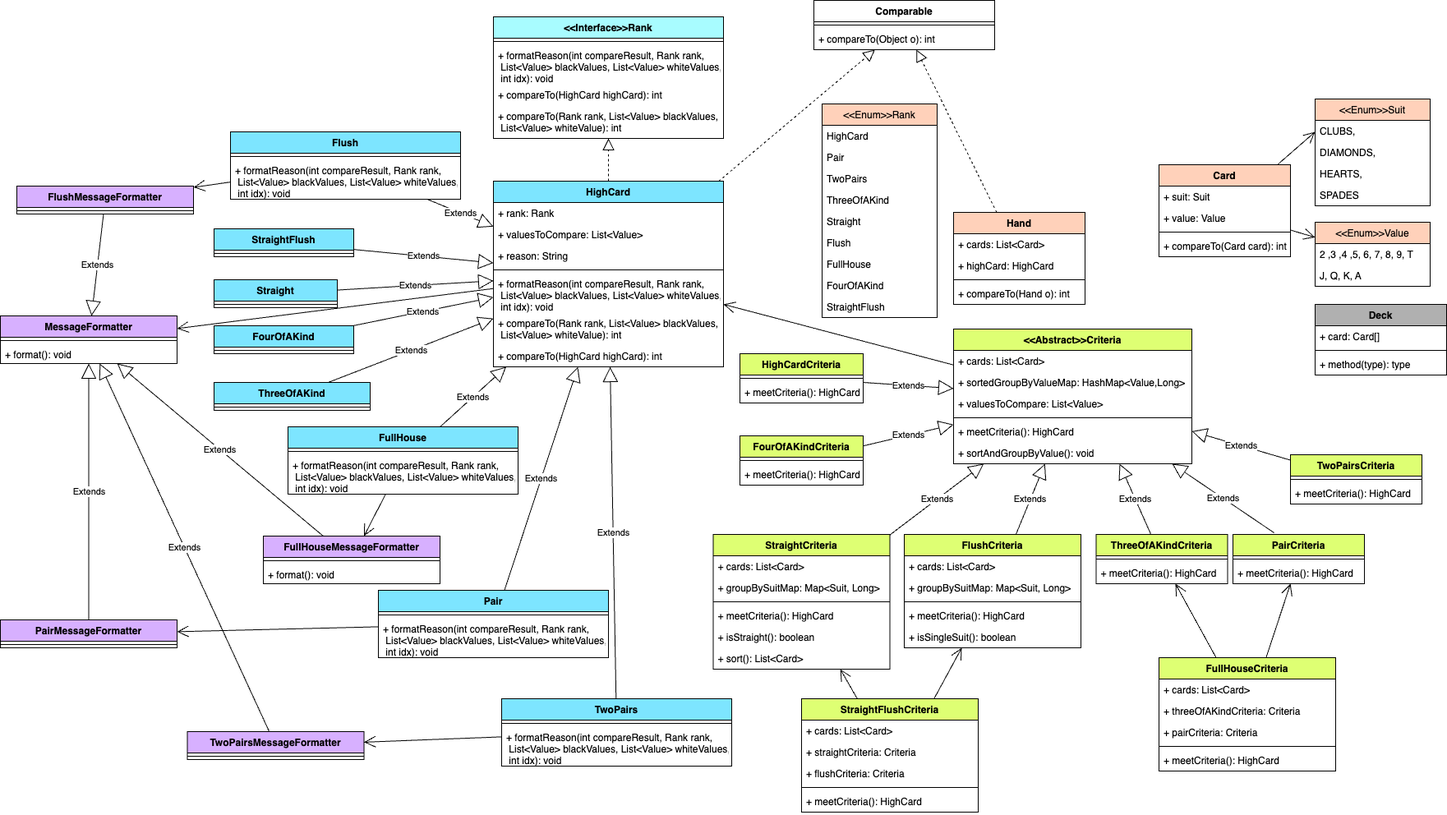
clairetsoi1129/poker-hands keeps this draw.io diagram as poker-hands-new.drawio.png. Above is the earlier version. Source tidied: cells renumbered, new cells last; positions are measured from the earlier drawing's top-left corner, leaving out a move shared by most shapes.
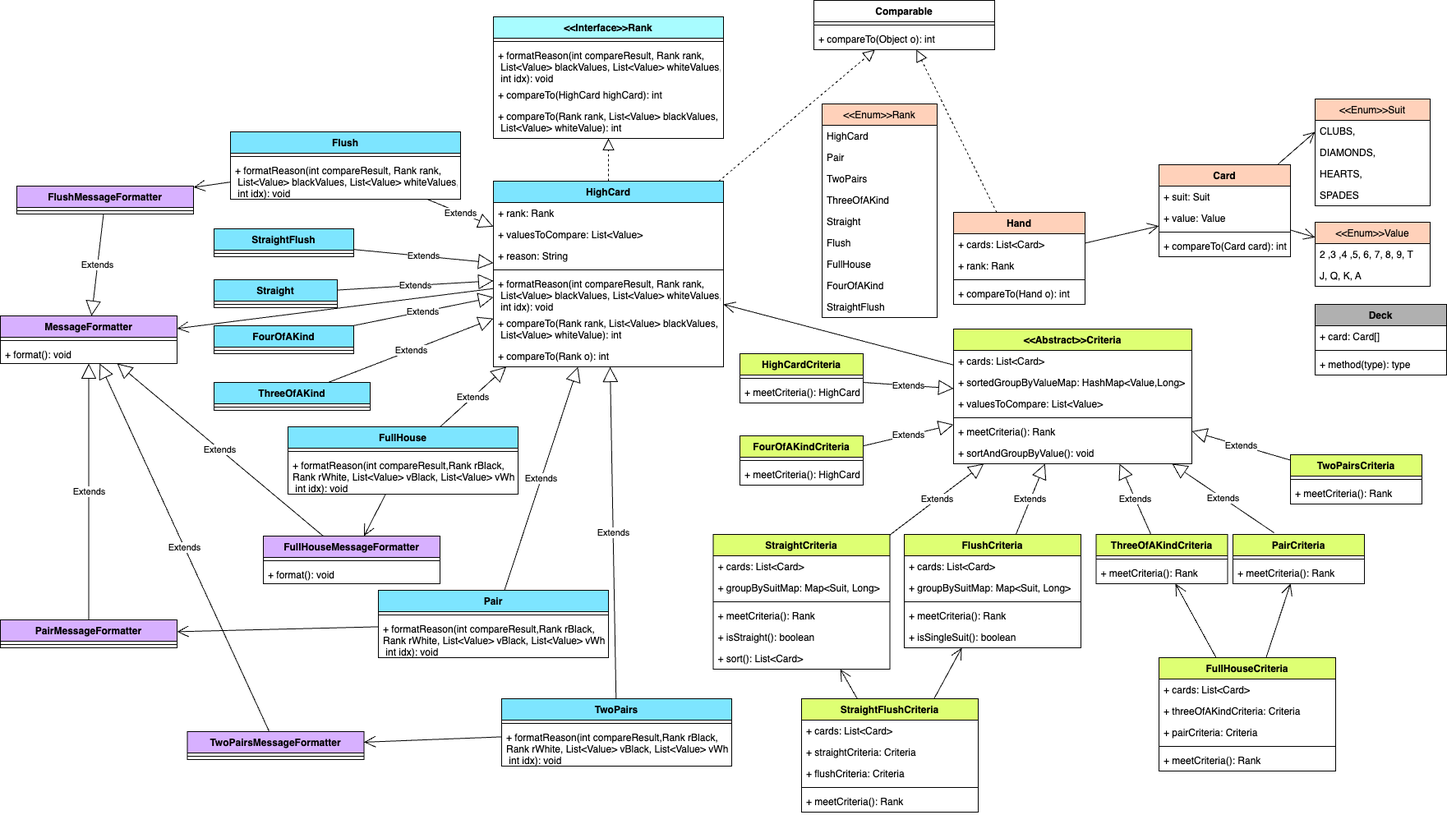
The same file after the commit.

Commit message:
Fix - update the UML diagram with the latest class name

Diff of the diagram source:
```diff
@@ -47,7 +47,7 @@
     <mxCell id="16" value="+ cards: List&lt;Card&gt;" style="text;strokeColor=none;fillColor=none;align=left;verticalAlign=top;spacingLeft=4;spacingRight=4;overflow=hidden;" parent="15" vertex="1">
       <mxGeometry y="26" width="160" height="26" as="geometry" />
     </mxCell>
-    <mxCell id="17" value="+ highCard: HighCard" style="text;strokeColor=none;fillColor=none;align=left;verticalAlign=top;spacingLeft=4;spacingRight=4;overflow=hidden;" parent="15" vertex="1">
+    <mxCell id="17" value="+ rank: Rank" style="text;strokeColor=none;fillColor=none;align=left;verticalAlign=top;spacingLeft=4;spacingRight=4;overflow=hidden;" parent="15" vertex="1">
       <mxGeometry y="52" width="160" height="26" as="geometry" />
     </mxCell>
     <mxCell id="18" style="line;strokeWidth=1;fillColor=none;align=left;verticalAlign=middle;spacingTop=-1;spacingLeft=3;spacingRight=3;labelPosition=right;strokeColor=inherit;" parent="15" vertex="1">
@@ -103,7 +103,7 @@
     <mxCell id="34" style="line;strokeWidth=1;fillColor=none;align=left;verticalAlign=middle;spacingTop=-1;spacingLeft=3;spacingRight=3;labelPosition=right;strokeColor=inherit;" parent="30" vertex="1">
       <mxGeometry y="104" width="290" height="8" as="geometry" />
     </mxCell>
-    <mxCell id="35" value="+ meetCriteria(): HighCard" style="text;strokeColor=none;fillColor=none;align=left;verticalAlign=top;spacingLeft=4;spacingRight=4;overflow=hidden;" parent="30" vertex="1">
+    <mxCell id="35" value="+ meetCriteria(): Rank" style="text;strokeColor=none;fillColor=none;align=left;verticalAlign=top;spacingLeft=4;spacingRight=4;overflow=hidden;" parent="30" vertex="1">
       <mxGeometry y="112" width="290" height="26" as="geometry" />
     </mxCell>
     <mxCell id="36" value="+ sortAndGroupByValue(): void" style="text;strokeColor=none;fillColor=none;align=left;verticalAlign=top;spacingLeft=4;spacingRight=4;overflow=hidden;" parent="30" vertex="1">
@@ -121,7 +121,7 @@
     <mxCell id="40" style="line;strokeWidth=1;fillColor=none;align=left;verticalAlign=middle;spacingTop=-1;spacingLeft=3;spacingRight=3;labelPosition=right;strokeColor=inherit;" parent="37" vertex="1">
       <mxGeometry y="78" width="215" height="8" as="geometry" />
     </mxCell>
-    <mxCell id="41" value="+ meetCriteria(): HighCard" style="text;strokeColor=none;fillColor=none;align=left;verticalAlign=top;spacingLeft=4;spacingRight=4;overflow=hidden;" parent="37" vertex="1">
+    <mxCell id="41" value="+ meetCriteria(): Rank" style="text;strokeColor=none;fillColor=none;align=left;verticalAlign=top;spacingLeft=4;spacingRight=4;overflow=hidden;" parent="37" vertex="1">
       <mxGeometry y="86" width="215" height="26" as="geometry" />
     </mxCell>
     <mxCell id="42" value="+ isSingleSuit(): boolean" style="text;strokeColor=none;fillColor=none;align=left;verticalAlign=top;spacingLeft=4;spacingRight=4;overflow=hidden;" parent="37" vertex="1">
@@ -142,7 +142,7 @@
     <mxCell id="47" style="line;strokeWidth=1;fillColor=none;align=left;verticalAlign=middle;spacingTop=-1;spacingLeft=3;spacingRight=3;labelPosition=right;strokeColor=inherit;" parent="46" vertex="1">
       <mxGeometry y="26" width="160" height="8" as="geometry" />
     </mxCell>
-    <mxCell id="48" value="+ meetCriteria(): HighCard" style="text;strokeColor=none;fillColor=none;align=left;verticalAlign=top;spacingLeft=4;spacingRight=4;overflow=hidden;" parent="46" vertex="1">
+    <mxCell id="48" value="+ meetCriteria(): Rank" style="text;strokeColor=none;fillColor=none;align=left;verticalAlign=top;spacingLeft=4;spacingRight=4;overflow=hidden;" parent="46" vertex="1">
       <mxGeometry y="34" width="160" height="26" as="geometry" />
     </mxCell>
     <mxCell id="49" value="Extends" style="endArrow=block;endSize=16;endFill=0;html=1;rounded=0;" parent="1" edge="1" source="37" target="30">
@@ -162,7 +162,7 @@
     <mxCell id="53" style="line;strokeWidth=1;fillColor=none;align=left;verticalAlign=middle;spacingTop=-1;spacingLeft=3;spacingRight=3;labelPosition=right;strokeColor=inherit;" parent="52" vertex="1">
       <mxGeometry y="26" width="160" height="8" as="geometry" />
     </mxCell>
-    <mxCell id="54" value="+ meetCriteria(): HighCard" style="text;strokeColor=none;fillColor=none;align=left;verticalAlign=top;spacingLeft=4;spacingRight=4;overflow=hidden;" parent="52" vertex="1">
+    <mxCell id="54" value="+ meetCriteria(): Rank" style="text;strokeColor=none;fillColor=none;align=left;verticalAlign=top;spacingLeft=4;spacingRight=4;overflow=hidden;" parent="52" vertex="1">
       <mxGeometry y="34" width="160" height="26" as="geometry" />
     </mxCell>
     <mxCell id="55" value="Extends" style="endArrow=block;endSize=16;endFill=0;html=1;rounded=0;exitX=0.313;exitY=-0.033;exitDx=0;exitDy=0;exitPerimeter=0;" parent="1" edge="1" source="52" target="30">
@@ -174,7 +174,7 @@
     <mxCell id="57" style="line;strokeWidth=1;fillColor=none;align=left;verticalAlign=middle;spacingTop=-1;spacingLeft=3;spacingRight=3;labelPosition=right;strokeColor=inherit;" parent="56" vertex="1">
       <mxGeometry y="26" width="160" height="8" as="geometry" />
     </mxCell>
-    <mxCell id="58" value="+ meetCriteria(): HighCard" style="text;strokeColor=none;fillColor=none;align=left;verticalAlign=top;spacingLeft=4;spacingRight=4;overflow=hidden;" parent="56" vertex="1">
+    <mxCell id="58" value="+ meetCriteria(): Rank" style="text;strokeColor=none;fillColor=none;align=left;verticalAlign=top;spacingLeft=4;spacingRight=4;overflow=hidden;" parent="56" vertex="1">
       <mxGeometry y="34" width="160" height="26" as="geometry" />
     </mxCell>
     <mxCell id="59" value="StraightCriteria" style="swimlane;fontStyle=1;align=center;verticalAlign=top;horizontal=1;startSize=26;fillColor=#DEFF73;" parent="1" vertex="1">
@@ -189,7 +189,7 @@
     <mxCell id="62" style="line;strokeWidth=1;fillColor=none;align=left;verticalAlign=middle;spacingTop=-1;spacingLeft=3;spacingRight=3;labelPosition=right;strokeColor=inherit;" parent="59" vertex="1">
       <mxGeometry y="78" width="215" height="8" as="geometry" />
     </mxCell>
-    <mxCell id="63" value="+ meetCriteria(): HighCard" style="text;strokeColor=none;fillColor=none;align=left;verticalAlign=top;spacingLeft=4;spacingRight=4;overflow=hidden;" parent="59" vertex="1">
+    <mxCell id="63" value="+ meetCriteria(): Rank" style="text;strokeColor=none;fillColor=none;align=left;verticalAlign=top;spacingLeft=4;spacingRight=4;overflow=hidden;" parent="59" vertex="1">
       <mxGeometry y="86" width="215" height="26" as="geometry" />
     </mxCell>
     <mxCell id="64" value="+ isStraight(): boolean" style="text;strokeColor=none;fillColor=none;align=left;verticalAlign=top;spacingLeft=4;spacingRight=4;overflow=hidden;" parent="59" vertex="1">
@@ -219,7 +219,7 @@
     <mxCell id="72" style="line;strokeWidth=1;fillColor=none;align=left;verticalAlign=middle;spacingTop=-1;spacingLeft=3;spacingRight=3;labelPosition=right;strokeColor=inherit;" parent="68" vertex="1">
       <mxGeometry y="104" width="215" height="8" as="geometry" />
     </mxCell>
-    <mxCell id="73" value="+ meetCriteria(): HighCard" style="text;strokeColor=none;fillColor=none;align=left;verticalAlign=top;spacingLeft=4;spacingRight=4;overflow=hidden;" parent="68" vertex="1">
+    <mxCell id="73" value="+ meetCriteria(): Rank" style="text;strokeColor=none;fillColor=none;align=left;verticalAlign=top;spacingLeft=4;spacingRight=4;overflow=hidden;" parent="68" vertex="1">
       <mxGeometry y="112" width="215" height="26" as="geometry" />
     </mxCell>
     <mxCell id="74" style="endArrow=open;endFill=1;endSize=12;html=1;rounded=0;" parent="1" edge="1" source="68" target="59">
@@ -243,7 +243,7 @@
     <mxCell id="80" style="line;strokeWidth=1;fillColor=none;align=left;verticalAlign=middle;spacingTop=-1;spacingLeft=3;spacingRight=3;labelPosition=right;strokeColor=inherit;" parent="76" vertex="1">
       <mxGeometry y="104" width="215" height="8" as="geometry" />
     </mxCell>
-    <mxCell id="81" value="+ meetCriteria(): HighCard" style="text;strokeColor=none;fillColor=none;align=left;verticalAlign=top;spacingLeft=4;spacingRight=4;overflow=hidden;" parent="76" vertex="1">
+    <mxCell id="81" value="+ meetCriteria(): Rank" style="text;strokeColor=none;fillColor=none;align=left;verticalAlign=top;spacingLeft=4;spacingRight=4;overflow=hidden;" parent="76" vertex="1">
       <mxGeometry y="112" width="215" height="26" as="geometry" />
     </mxCell>
     <mxCell id="82" style="endArrow=open;endFill=1;endSize=12;html=1;rounded=0;" parent="1" edge="1" source="76" target="52">
@@ -285,7 +285,7 @@
     <mxCell id="94" value="+ compareTo(Rank rank, List&lt;Value&gt; blackValues,&#10; List&lt;Value&gt; whiteValue): int" style="text;strokeColor=none;fillColor=none;align=left;verticalAlign=top;spacingLeft=4;spacingRight=4;overflow=hidden;" parent="88" vertex="1">
       <mxGeometry y="160" width="280" height="40" as="geometry" />
     </mxCell>
-    <mxCell id="95" value="+ compareTo(HighCard highCard): int" style="text;strokeColor=none;fillColor=none;align=left;verticalAlign=top;spacingLeft=4;spacingRight=4;overflow=hidden;" parent="88" vertex="1">
+    <mxCell id="95" value="+ compareTo(Rank o): int" style="text;strokeColor=none;fillColor=none;align=left;verticalAlign=top;spacingLeft=4;spacingRight=4;overflow=hidden;" parent="88" vertex="1">
       <mxGeometry y="200" width="280" height="26" as="geometry" />
     </mxCell>
     <mxCell id="96" style="endArrow=block;dashed=1;endFill=0;endSize=12;html=1;rounded=0;" parent="1" edge="1" source="88" target="20">
@@ -312,7 +312,7 @@
     <mxCell id="103" style="line;strokeWidth=1;fillColor=none;align=left;verticalAlign=middle;spacingTop=-1;spacingLeft=3;spacingRight=3;labelPosition=right;strokeColor=inherit;" parent="102" vertex="1">
       <mxGeometry y="26" width="280" height="8" as="geometry" />
     </mxCell>
-    <mxCell id="104" value="+ formatReason(int compareResult, Rank rank,&#10; List&lt;Value&gt; blackValues, List&lt;Value&gt; whiteValues,&#10; int idx): void" style="text;strokeColor=none;fillColor=none;align=left;verticalAlign=top;spacingLeft=4;spacingRight=4;overflow=hidden;" parent="102" vertex="1">
+    <mxCell id="104" value="+ formatReason(int compareResult,Rank rBlack,&#10;Rank rWhite, List&lt;Value&gt; vBlack, List&lt;Value&gt; vWhite,&#10; int idx): void" style="text;strokeColor=none;fillColor=none;align=left;verticalAlign=top;spacingLeft=4;spacingRight=4;overflow=hidden;" parent="102" vertex="1">
       <mxGeometry y="34" width="280" height="48" as="geometry" />
     </mxCell>
     <mxCell id="105" value="Pair" style="swimlane;fontStyle=1;align=center;verticalAlign=top;horizontal=1;startSize=26;fillColor=#7DE5FF;" parent="1" vertex="1">
@@ -321,7 +321,7 @@
     <mxCell id="106" style="line;strokeWidth=1;fillColor=none;align=left;verticalAlign=middle;spacingTop=-1;spacingLeft=3;spacingRight=3;labelPosition=right;strokeColor=inherit;" parent="105" vertex="1">
       <mxGeometry y="26" width="280" height="8" as="geometry" />
     </mxCell>
-    <mxCell id="107" value="+ formatReason(int compareResult, Rank rank,&#10; List&lt;Value&gt; blackValues, List&lt;Value&gt; whiteValues,&#10; int idx): void" style="text;strokeColor=none;fillColor=none;align=left;verticalAlign=top;spacingLeft=4;spacingRight=4;overflow=hidden;" parent="105" vertex="1">
+    <mxCell id="107" value="+ formatReason(int compareResult,Rank rBlack,&#10;Rank rWhite, List&lt;Value&gt; vBlack, List&lt;Value&gt; vWhite,&#10; int idx): void" style="text;strokeColor=none;fillColor=none;align=left;verticalAlign=top;spacingLeft=4;spacingRight=4;overflow=hidden;" parent="105" vertex="1">
       <mxGeometry y="34" width="280" height="48" as="geometry" />
     </mxCell>
     <mxCell id="108" value="Straight" style="swimlane;fontStyle=1;align=center;verticalAlign=top;horizontal=1;startSize=26;fillColor=#7DE5FF;" parent="1" vertex="1">
@@ -342,7 +342,7 @@
     <mxCell id="113" style="line;strokeWidth=1;fillColor=none;align=left;verticalAlign=middle;spacingTop=-1;spacingLeft=3;spacingRight=3;labelPosition=right;strokeColor=inherit;" parent="112" vertex="1">
       <mxGeometry y="26" width="280" height="8" as="geometry" />
     </mxCell>
-    <mxCell id="114" value="+ formatReason(int compareResult, Rank rank,&#10; List&lt;Value&gt; blackValues, List&lt;Value&gt; whiteValues,&#10; int idx): void" style="text;strokeColor=none;fillColor=none;align=left;verticalAlign=top;spacingLeft=4;spacingRight=4;overflow=hidden;" parent="112" vertex="1">
+    <mxCell id="114" value="+ formatReason(int compareResult,Rank rBlack,&#10;Rank rWhite, List&lt;Value&gt; vBlack, List&lt;Value&gt; vWhite,&#10; int idx): void" style="text;strokeColor=none;fillColor=none;align=left;verticalAlign=top;spacingLeft=4;spacingRight=4;overflow=hidden;" parent="112" vertex="1">
       <mxGeometry y="34" width="280" height="48" as="geometry" />
     </mxCell>
     <mxCell id="115" value="ThreeOfAKind" style="swimlane;fontStyle=1;align=center;verticalAlign=top;horizontal=1;startSize=26;fillColor=#7DE5FF;" parent="1" vertex="1">
@@ -489,5 +489,8 @@
     <mxCell id="162" style="endArrow=block;dashed=1;endFill=0;endSize=12;html=1;rounded=0;" parent="1" edge="1" source="88" target="147">
       <mxGeometry relative="1" as="geometry" />
     </mxCell>
+    <mxCell id="163" style="endArrow=open;endFill=1;endSize=12;html=1;rounded=0;" parent="1" edge="1" source="15" target="2">
+      <mxGeometry relative="1" as="geometry" />
+    </mxCell>
   </root>
 </mxGraphModel>
```
